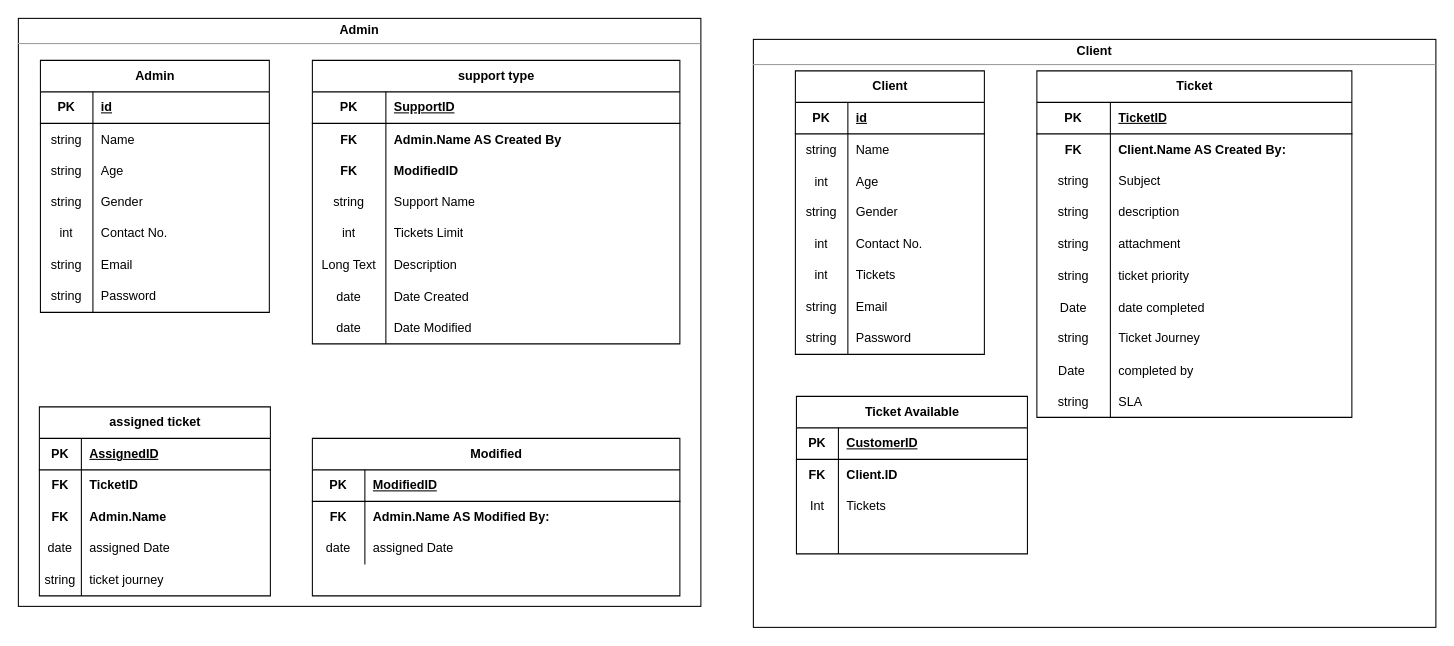
This is hackdesk-erd.drawio from clydeaaron/hackdesk-erd, a draw.io file, before an edit. Source tidied: cells renumbered, new cells numbered last; positions are measured from the earlier drawing's top-left corner, leaving out a move shared by most shapes. Both pictures are drawn from the tidied source at 105%, with x=0, y=0 at pixel (18, 18).
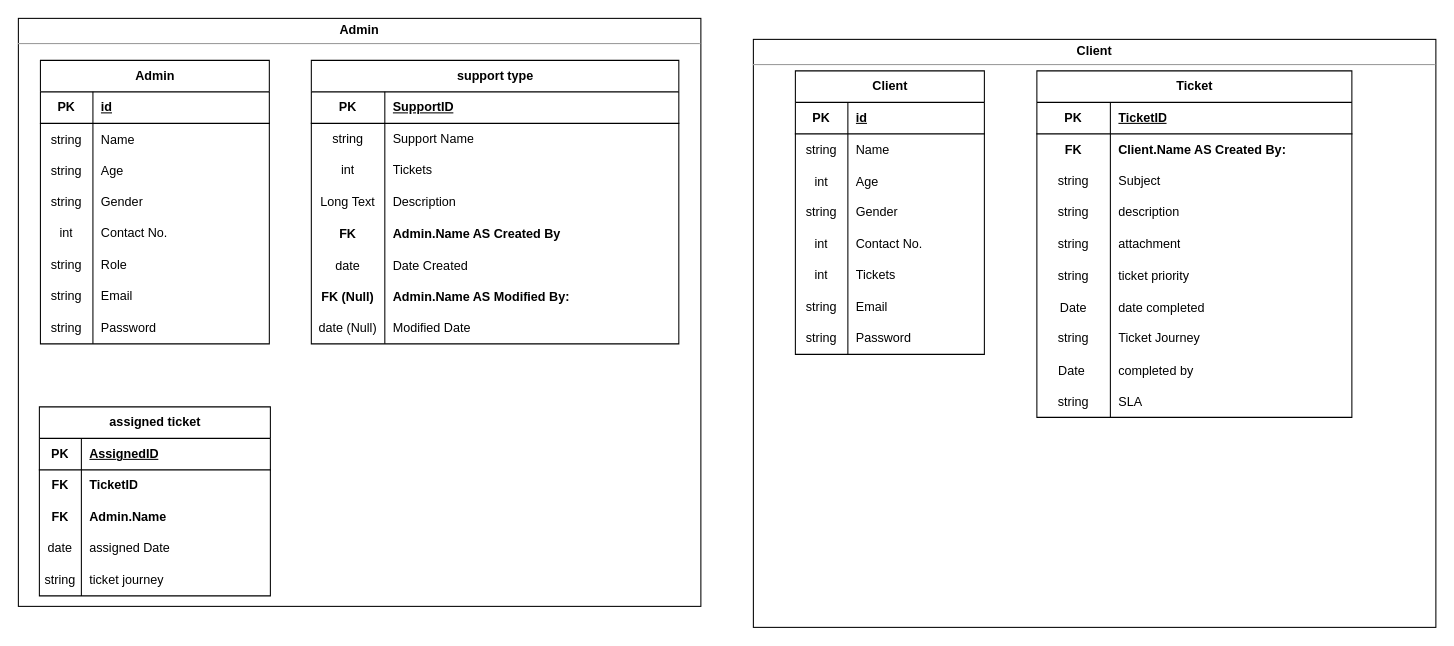
Above is the later version.

The change refers to these unchanged cells:
```xml
<mxCell id="104" style="shape=tableRow;horizontal=0;startSize=0;swimlaneHead=0;swimlaneBody=0;fillColor=none;top=0;left=0;right=0;bottom=0;" parent="82" vertex="1">
  <mxGeometry y="240" width="350" height="30" as="geometry" />
</mxCell>
```

What changed in the source:
```diff
@@
     <mxCell id="60" value="Admin" style="shape=table;startSize=30;childLayout=tableLayout;rowLines=0;fontStyle=1;align=center;html=1;" parent="1" vertex="1">
-      <mxGeometry x="21" y="40" width="218" height="240" as="geometry" />
+      <mxGeometry x="21" y="40" width="218" height="270" as="geometry" />
     </mxCell>
@@
+    <mxCell id="147" style="shape=tableRow;horizontal=0;startSize=0;swimlaneHead=0;swimlaneBody=0;fillColor=none;top=0;left=0;right=0;bottom=0;" parent="60" vertex="1">
+      <mxGeometry y="180" width="218" height="30" as="geometry" />
+    </mxCell>
+    <mxCell id="148" value="string" style="shape=partialRectangle;fillColor=none;top=0;left=0;bottom=0;right=0;fontStyle=0;overflow=hidden;whiteSpace=wrap;html=1;" parent="147" vertex="1">
+      <mxGeometry width="50" height="30" as="geometry" />
+    </mxCell>
+    <mxCell id="149" value="Role" style="shape=partialRectangle;fillColor=none;top=0;left=0;bottom=0;right=0;align=left;spacingLeft=6;fontStyle=0;overflow=hidden;whiteSpace=wrap;html=1;" parent="147" vertex="1">
+      <mxGeometry x="50" width="168" height="30" as="geometry" />
+    </mxCell>
     <mxCell id="76" style="shape=tableRow;horizontal=0;startSize=0;swimlaneHead=0;swimlaneBody=0;fillColor=none;top=0;left=0;right=0;bottom=0;" parent="60" vertex="1">
-      <mxGeometry y="180" width="218" height="30" as="geometry" />
+      <mxGeometry y="210" width="218" height="30" as="geometry" />
     </mxCell>
@@
     <mxCell id="79" style="shape=tableRow;horizontal=0;startSize=0;swimlaneHead=0;swimlaneBody=0;fillColor=none;top=0;left=0;right=0;bottom=0;" parent="60" vertex="1">
-      <mxGeometry y="210" width="218" height="30" as="geometry" />
+      <mxGeometry y="240" width="218" height="30" as="geometry" />
     </mxCell>
@@
     <mxCell id="82" value="&lt;b&gt;support type&lt;/b&gt;" style="shape=table;startSize=30;childLayout=tableLayout;rowLines=0;fontStyle=0;align=center;html=1;" parent="1" vertex="1">
-      <mxGeometry x="280" y="40" width="350" height="270" as="geometry" />
+      <mxGeometry x="279" y="40" width="350" height="270" as="geometry" />
     </mxCell>
@@
-    <mxCell id="86" style="shape=tableRow;horizontal=0;startSize=0;swimlaneHead=0;swimlaneBody=0;fillColor=none;top=0;left=0;right=0;bottom=0;" parent="82" vertex="1">
-      <mxGeometry y="60" width="350" height="30" as="geometry" />
-    </mxCell>
-    <mxCell id="87" value="FK" style="shape=partialRectangle;fillColor=none;top=0;left=0;bottom=0;right=0;overflow=hidden;strokeWidth=4;fontStyle=1;" parent="86" vertex="1">
-      <mxGeometry width="70" height="30" as="geometry" />
-    </mxCell>
-    <mxCell id="88" value="Admin.Name AS Created By" style="shape=partialRectangle;fillColor=none;top=0;left=0;bottom=0;right=0;align=left;spacingLeft=6;overflow=hidden;strokeWidth=4;fontStyle=1;" parent="86" vertex="1">
-      <mxGeometry x="70" width="280" height="30" as="geometry" />
-    </mxCell>
-    <mxCell id="89" style="shape=tableRow;horizontal=0;startSize=0;swimlaneHead=0;swimlaneBody=0;fillColor=none;top=0;left=0;right=0;bottom=0;" parent="82" vertex="1">
-      <mxGeometry y="90" width="350" height="30" as="geometry" />
-    </mxCell>
-    <mxCell id="90" value="FK" style="shape=partialRectangle;fillColor=none;top=0;left=0;bottom=0;right=0;overflow=hidden;strokeWidth=4;fontStyle=1;" parent="89" vertex="1">
-      <mxGeometry width="70" height="30" as="geometry" />
-    </mxCell>
-    <mxCell id="91" value="ModifiedID" style="shape=partialRectangle;fillColor=none;top=0;left=0;bottom=0;right=0;align=left;spacingLeft=6;overflow=hidden;strokeWidth=4;fontStyle=1;" parent="89" vertex="1">
-      <mxGeometry x="70" width="280" height="30" as="geometry" />
-    </mxCell>
     <mxCell id="92" style="shape=tableRow;horizontal=0;startSize=0;swimlaneHead=0;swimlaneBody=0;fillColor=none;top=0;left=0;right=0;bottom=0;" parent="82" vertex="1">
-      <mxGeometry y="120" width="350" height="30" as="geometry" />
+      <mxGeometry y="60" width="350" height="30" as="geometry" />
     </mxCell>
@@
     <mxCell id="95" style="shape=tableRow;horizontal=0;startSize=0;swimlaneHead=0;swimlaneBody=0;fillColor=none;top=0;left=0;right=0;bottom=0;" parent="82" vertex="1">
-      <mxGeometry y="150" width="350" height="30" as="geometry" />
+      <mxGeometry y="90" width="350" height="30" as="geometry" />
     </mxCell>
@@
-    <mxCell id="97" value="Tickets Limit" style="shape=partialRectangle;fillColor=none;top=0;left=0;bottom=0;right=0;align=left;spacingLeft=6;fontStyle=0;overflow=hidden;whiteSpace=wrap;html=1;" parent="95" vertex="1">
+    <mxCell id="97" value="Tickets" style="shape=partialRectangle;fillColor=none;top=0;left=0;bottom=0;right=0;align=left;spacingLeft=6;fontStyle=0;overflow=hidden;whiteSpace=wrap;html=1;" parent="95" vertex="1">
       <mxGeometry x="70" width="280" height="30" as="geometry" />
     </mxCell>
     <mxCell id="98" style="shape=tableRow;horizontal=0;startSize=0;swimlaneHead=0;swimlaneBody=0;fillColor=none;top=0;left=0;right=0;bottom=0;" parent="82" vertex="1">
-      <mxGeometry y="180" width="350" height="30" as="geometry" />
+      <mxGeometry y="120" width="350" height="30" as="geometry" />
     </mxCell>
@@
+    <mxCell id="86" style="shape=tableRow;horizontal=0;startSize=0;swimlaneHead=0;swimlaneBody=0;fillColor=none;top=0;left=0;right=0;bottom=0;" parent="82" vertex="1">
+      <mxGeometry y="150" width="350" height="30" as="geometry" />
+    </mxCell>
+    <mxCell id="87" value="FK" style="shape=partialRectangle;fillColor=none;top=0;left=0;bottom=0;right=0;overflow=hidden;strokeWidth=4;fontStyle=1;" parent="86" vertex="1">
+      <mxGeometry width="70" height="30" as="geometry" />
+    </mxCell>
+    <mxCell id="88" value="Admin.Name AS Created By" style="shape=partialRectangle;fillColor=none;top=0;left=0;bottom=0;right=0;align=left;spacingLeft=6;overflow=hidden;strokeWidth=4;fontStyle=1;" parent="86" vertex="1">
+      <mxGeometry x="70" width="280" height="30" as="geometry" />
+    </mxCell>
     <mxCell id="101" style="shape=tableRow;horizontal=0;startSize=0;swimlaneHead=0;swimlaneBody=0;fillColor=none;top=0;left=0;right=0;bottom=0;" parent="82" vertex="1">
-      <mxGeometry y="210" width="350" height="30" as="geometry" />
+      <mxGeometry y="180" width="350" height="30" as="geometry" />
     </mxCell>
@@
+    <mxCell id="89" style="shape=tableRow;horizontal=0;startSize=0;swimlaneHead=0;swimlaneBody=0;fillColor=none;top=0;left=0;right=0;bottom=0;" parent="82" vertex="1">
+      <mxGeometry y="210" width="350" height="30" as="geometry" />
+    </mxCell>
+    <mxCell id="90" value="FK (Null)" style="shape=partialRectangle;fillColor=none;top=0;left=0;bottom=0;right=0;overflow=hidden;strokeWidth=4;fontStyle=1;" parent="89" vertex="1">
+      <mxGeometry width="70" height="30" as="geometry" />
+    </mxCell>
+    <mxCell id="91" value="Admin.Name AS Modified By:" style="shape=partialRectangle;fillColor=none;top=0;left=0;bottom=0;right=0;align=left;spacingLeft=6;overflow=hidden;strokeWidth=4;fontStyle=1;" parent="89" vertex="1">
+      <mxGeometry x="70" width="280" height="30" as="geometry" />
+    </mxCell>
@@
-    <mxCell id="105" value="date" style="shape=partialRectangle;fillColor=none;top=0;left=0;bottom=0;right=0;overflow=hidden;whiteSpace=wrap;html=1;" parent="104" vertex="1">
-      <mxGeometry width="70" height="30" as="geometry" />
-    </mxCell>
-    <mxCell id="106" value="Date Modified" style="shape=partialRectangle;fillColor=none;top=0;left=0;bottom=0;right=0;align=left;spacingLeft=6;overflow=hidden;whiteSpace=wrap;html=1;" parent="104" vertex="1">
-      <mxGeometry x="70" width="280" height="30" as="geometry" />
-    </mxCell>
+    <mxCell id="150" value="date (Null)" style="shape=partialRectangle;fillColor=none;top=0;left=0;bottom=0;right=0;fontStyle=0;overflow=hidden;whiteSpace=wrap;html=1;" parent="104" vertex="1">
+      <mxGeometry width="70" height="30" as="geometry" />
+    </mxCell>
+    <mxCell id="151" value="Modified Date" style="shape=partialRectangle;fillColor=none;top=0;left=0;bottom=0;right=0;align=left;spacingLeft=6;fontStyle=0;overflow=hidden;whiteSpace=wrap;html=1;" parent="104" vertex="1">
+      <mxGeometry x="70" width="280" height="30" as="geometry" />
+    </mxCell>
@@
-    <mxCell id="123" value="Modified" style="shape=table;startSize=30;childLayout=tableLayout;rowLines=0;fontStyle=1;align=center;html=1;" parent="1" vertex="1">
-      <mxGeometry x="280" y="400" width="350" height="150" as="geometry" />
-    </mxCell>
-    <mxCell id="124" style="shape=tableRow;horizontal=0;startSize=0;swimlaneHead=0;swimlaneBody=0;fillColor=none;top=0;left=0;right=0;bottom=1;" parent="123" vertex="1">
-      <mxGeometry y="30" width="350" height="30" as="geometry" />
-    </mxCell>
-    <mxCell id="125" value="PK" style="shape=partialRectangle;fillColor=none;top=0;left=0;bottom=0;right=0;fontStyle=1;overflow=hidden;whiteSpace=wrap;html=1;" parent="124" vertex="1">
-      <mxGeometry width="50" height="30" as="geometry" />
-    </mxCell>
-    <mxCell id="126" value="ModifiedID" style="shape=partialRectangle;fillColor=none;top=0;left=0;bottom=0;right=0;align=left;spacingLeft=6;fontStyle=5;overflow=hidden;whiteSpace=wrap;html=1;" parent="124" vertex="1">
-      <mxGeometry x="50" width="300" height="30" as="geometry" />
-    </mxCell>
-    <mxCell id="127" style="shape=tableRow;horizontal=0;startSize=0;swimlaneHead=0;swimlaneBody=0;fillColor=none;top=0;left=0;right=0;bottom=0;" parent="123" vertex="1">
-      <mxGeometry y="60" width="350" height="30" as="geometry" />
-    </mxCell>
-    <mxCell id="128" value="FK" style="shape=partialRectangle;fillColor=none;top=0;left=0;bottom=0;right=0;overflow=hidden;whiteSpace=wrap;html=1;fontStyle=1;" parent="127" vertex="1">
-      <mxGeometry width="50" height="30" as="geometry" />
-    </mxCell>
-    <mxCell id="129" value="Admin.Name AS Modified By:" style="shape=partialRectangle;fillColor=none;top=0;left=0;bottom=0;right=0;align=left;spacingLeft=6;overflow=hidden;whiteSpace=wrap;html=1;fontStyle=1;" parent="127" vertex="1">
-      <mxGeometry x="50" width="300" height="30" as="geometry" />
-    </mxCell>
-    <mxCell id="130" style="shape=tableRow;horizontal=0;startSize=0;swimlaneHead=0;swimlaneBody=0;fillColor=none;top=0;left=0;right=0;bottom=0;" parent="123" vertex="1">
-      <mxGeometry y="90" width="350" height="30" as="geometry" />
-    </mxCell>
-    <mxCell id="131" value="date" style="shape=partialRectangle;fillColor=none;top=0;left=0;bottom=0;right=0;overflow=hidden;whiteSpace=wrap;html=1;" parent="130" vertex="1">
-      <mxGeometry width="50" height="30" as="geometry" />
-    </mxCell>
-    <mxCell id="132" value="assigned Date" style="shape=partialRectangle;fillColor=none;top=0;left=0;bottom=0;right=0;align=left;spacingLeft=6;overflow=hidden;whiteSpace=wrap;html=1;" parent="130" vertex="1">
-      <mxGeometry x="50" width="300" height="30" as="geometry" />
-    </mxCell>
-    <mxCell id="133" value="Ticket Available" style="shape=table;startSize=30;childLayout=tableLayout;rowLines=0;fontStyle=1;align=center;html=1;" parent="1" vertex="1">
-      <mxGeometry x="741" y="360" width="220" height="150" as="geometry" />
-    </mxCell>
-    <mxCell id="134" style="shape=tableRow;horizontal=0;startSize=0;swimlaneHead=0;swimlaneBody=0;fillColor=none;top=0;left=0;right=0;bottom=1;" parent="133" vertex="1">
-      <mxGeometry y="30" width="220" height="30" as="geometry" />
-    </mxCell>
-    <mxCell id="135" value="PK" style="shape=partialRectangle;fillColor=none;top=0;left=0;bottom=0;right=0;fontStyle=1;overflow=hidden;whiteSpace=wrap;html=1;" parent="134" vertex="1">
-      <mxGeometry width="40" height="30" as="geometry" />
-    </mxCell>
-    <mxCell id="136" value="CustomerID" style="shape=partialRectangle;fillColor=none;top=0;left=0;bottom=0;right=0;align=left;spacingLeft=6;fontStyle=5;overflow=hidden;whiteSpace=wrap;html=1;" parent="134" vertex="1">
-      <mxGeometry x="40" width="180" height="30" as="geometry" />
-    </mxCell>
-    <mxCell id="137" style="shape=tableRow;horizontal=0;startSize=0;swimlaneHead=0;swimlaneBody=0;fillColor=none;top=0;left=0;right=0;bottom=0;" parent="133" vertex="1">
-      <mxGeometry y="60" width="220" height="30" as="geometry" />
-    </mxCell>
-    <mxCell id="138" value="FK" style="shape=partialRectangle;fillColor=none;top=0;left=0;bottom=0;right=0;overflow=hidden;whiteSpace=wrap;html=1;fontStyle=1;" parent="137" vertex="1">
-      <mxGeometry width="40" height="30" as="geometry" />
-    </mxCell>
-    <mxCell id="139" value="Client.ID" style="shape=partialRectangle;fillColor=none;top=0;left=0;bottom=0;right=0;align=left;spacingLeft=6;overflow=hidden;whiteSpace=wrap;html=1;fontStyle=1;" parent="137" vertex="1">
-      <mxGeometry x="40" width="180" height="30" as="geometry" />
-    </mxCell>
-    <mxCell id="140" style="shape=tableRow;horizontal=0;startSize=0;swimlaneHead=0;swimlaneBody=0;fillColor=none;top=0;left=0;right=0;bottom=0;" parent="133" vertex="1">
-      <mxGeometry y="90" width="220" height="30" as="geometry" />
-    </mxCell>
-    <mxCell id="141" value="Int" style="shape=partialRectangle;fillColor=none;top=0;left=0;bottom=0;right=0;overflow=hidden;whiteSpace=wrap;html=1;" parent="140" vertex="1">
-      <mxGeometry width="40" height="30" as="geometry" />
-    </mxCell>
-    <mxCell id="142" value="Tickets" style="shape=partialRectangle;fillColor=none;top=0;left=0;bottom=0;right=0;align=left;spacingLeft=6;overflow=hidden;whiteSpace=wrap;html=1;" parent="140" vertex="1">
-      <mxGeometry x="40" width="180" height="30" as="geometry" />
-    </mxCell>
-    <mxCell id="143" style="shape=tableRow;horizontal=0;startSize=0;swimlaneHead=0;swimlaneBody=0;fillColor=none;top=0;left=0;right=0;bottom=0;" parent="133" vertex="1">
-      <mxGeometry y="120" width="220" height="30" as="geometry" />
-    </mxCell>
-    <mxCell id="144" style="shape=partialRectangle;fillColor=none;top=0;left=0;bottom=0;right=0;overflow=hidden;whiteSpace=wrap;html=1;" parent="143" vertex="1">
-      <mxGeometry width="40" height="30" as="geometry" />
-    </mxCell>
-    <mxCell id="145" style="shape=partialRectangle;fillColor=none;top=0;left=0;bottom=0;right=0;align=left;spacingLeft=6;overflow=hidden;whiteSpace=wrap;html=1;" parent="143" vertex="1">
-      <mxGeometry x="40" width="180" height="30" as="geometry" />
-    </mxCell>
```
